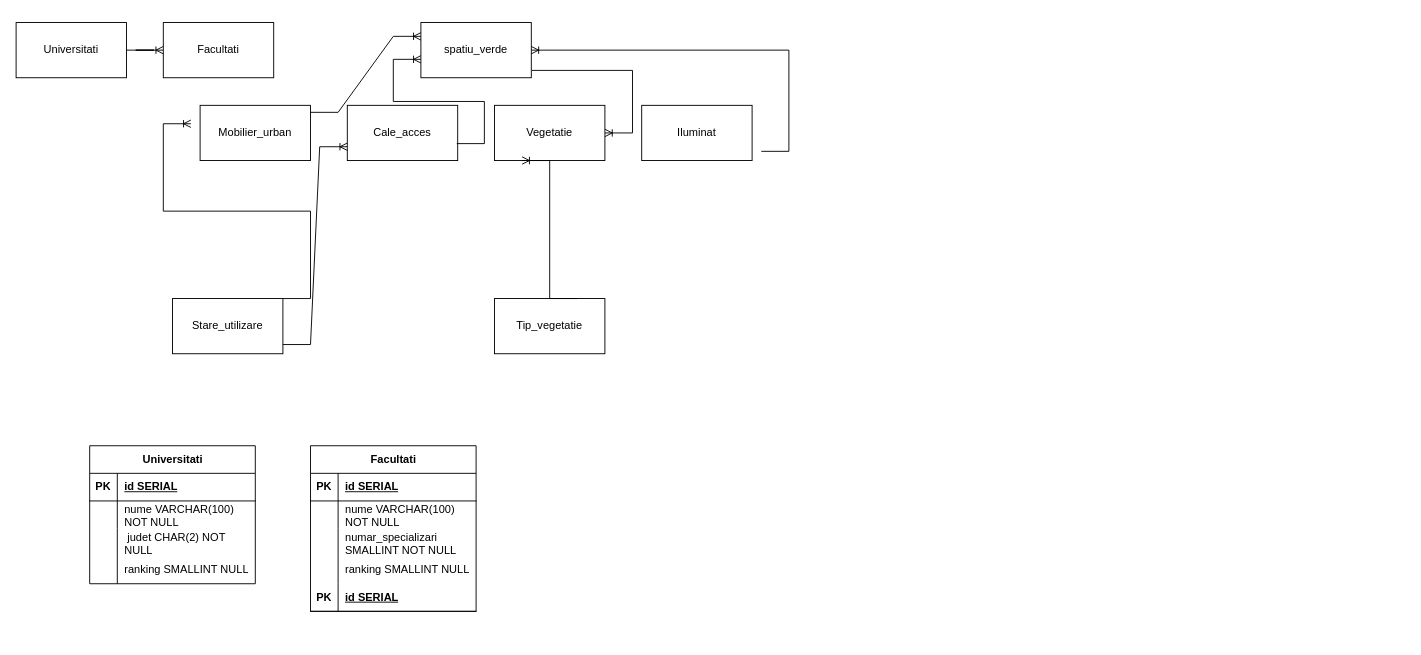
AlexGorauvt/examen-sem-1 keeps this draw.io diagram as Diagramă fără titlu.drawio. Above is the earlier version. Source tidied: cells renumbered, new cells numbered last; positions are measured from the earlier drawing's top-left corner, leaving out a move shared by most shapes. Both pictures are drawn from the tidied source at 92%, with x=0, y=0 at pixel (-305, 22).
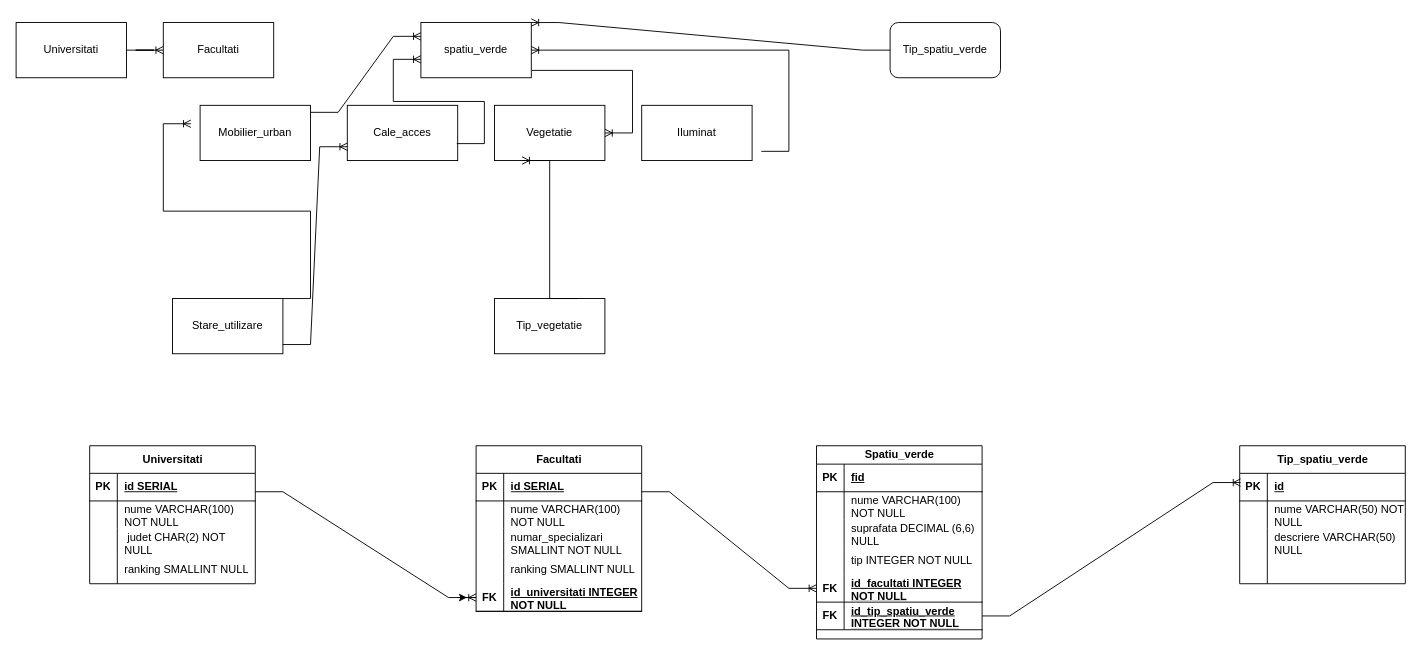
The same page after the edit.

Unchanged cells that the change refers to:
```xml
<mxCell id="2" value="spatiu_verde" style="rounded=0;whiteSpace=wrap;html=1;" parent="1" vertex="1">
  <mxGeometry x="789" width="120" height="60" as="geometry" />
</mxCell>
<mxCell id="45" style="shape=tableRow;horizontal=0;startSize=0;swimlaneHead=0;swimlaneBody=0;fillColor=none;points=[[0,0.5],[1,0.5]];portConstraint=eastwest;top=0;left=0;right=0;bottom=1;" parent="32" vertex="1">
  <mxGeometry y="150" width="180" height="30" as="geometry" />
</mxCell>
```

What changed in the source:
```diff
@@
     <mxCell id="32" value="Facultati" style="shape=table;startSize=30;childLayout=tableLayout;rowLines=0;fontStyle=1;align=center;html=1;" parent="1" vertex="1">
-      <mxGeometry x="669" y="460" width="180" height="180" as="geometry" />
+      <mxGeometry x="849" y="460" width="180" height="180" as="geometry" />
     </mxCell>
@@
-    <mxCell id="46" value="PK" style="shape=partialRectangle;fillColor=none;top=0;left=0;bottom=0;right=0;fontStyle=1;overflow=hidden;whiteSpace=wrap;html=1;" parent="45" vertex="1">
+    <mxCell id="46" value="FK" style="shape=partialRectangle;fillColor=none;top=0;left=0;bottom=0;right=0;fontStyle=1;overflow=hidden;whiteSpace=wrap;html=1;" parent="45" vertex="1">
       <mxGeometry width="30" height="30" as="geometry" />
     </mxCell>
-    <mxCell id="47" value="id SERIAL" style="shape=partialRectangle;fillColor=none;top=0;left=0;bottom=0;right=0;align=left;spacingLeft=6;fontStyle=5;overflow=hidden;whiteSpace=wrap;html=1;" parent="45" vertex="1">
+    <mxCell id="47" value="id_universitati INTEGER NOT NULL" style="shape=partialRectangle;fillColor=none;top=0;left=0;bottom=0;right=0;align=left;spacingLeft=6;fontStyle=5;overflow=hidden;whiteSpace=wrap;html=1;" parent="45" vertex="1">
       <mxGeometry x="30" width="150" height="30" as="geometry" />
     </mxCell>
+    <mxCell id="48" style="edgeStyle=entityRelationEdgeStyle;fontSize=12;html=1;endArrow=ERoneToMany;rounded=0;entryX=0;entryY=0.5;entryDx=0;entryDy=0;" parent="1" edge="1" target="45">
+      <mxGeometry relative="1" as="geometry">
+        <mxPoint x="609" y="510" as="sourcePoint" />
+      </mxGeometry>
+    </mxCell>
+    <mxCell id="49" style="edgeStyle=orthogonalEdgeStyle;rounded=0;jettySize=auto;html=1;" parent="1" edge="1" source="45">
+      <mxGeometry relative="1" as="geometry">
+        <mxPoint x="839" y="625" as="targetPoint" />
+      </mxGeometry>
+    </mxCell>
+    <mxCell id="50" value="Spatiu_verde" style="shape=table;startSize=20;childLayout=tableLayout;rowLines=0;fontStyle=1;align=center;html=1;" parent="1" vertex="1">
+      <mxGeometry x="1219" y="460" width="180" height="210" as="geometry" />
+    </mxCell>
+    <mxCell id="51" style="shape=tableRow;horizontal=0;startSize=0;swimlaneHead=0;swimlaneBody=0;fillColor=none;top=0;left=0;right=0;bottom=1;" parent="50" vertex="1">
+      <mxGeometry y="20" width="180" height="30" as="geometry" />
+    </mxCell>
+    <mxCell id="52" value="PK" style="shape=partialRectangle;fillColor=none;top=0;left=0;bottom=0;right=0;fontStyle=1;overflow=hidden;whiteSpace=wrap;html=1;" parent="51" vertex="1">
+      <mxGeometry width="30" height="30" as="geometry" />
+    </mxCell>
+    <mxCell id="53" value="fid" style="shape=partialRectangle;fillColor=none;top=0;left=0;bottom=0;right=0;align=left;spacingLeft=6;fontStyle=5;overflow=hidden;whiteSpace=wrap;html=1;" parent="51" vertex="1">
+      <mxGeometry x="30" width="150" height="30" as="geometry" />
+    </mxCell>
+    <mxCell id="54" style="shape=tableRow;horizontal=0;startSize=0;swimlaneHead=0;swimlaneBody=0;fillColor=none;top=0;left=0;right=0;bottom=0;" parent="50" vertex="1">
+      <mxGeometry y="50" width="180" height="30" as="geometry" />
+    </mxCell>
+    <mxCell id="55" style="shape=partialRectangle;fillColor=none;top=0;left=0;bottom=0;right=0;overflow=hidden;whiteSpace=wrap;html=1;" parent="54" vertex="1">
+      <mxGeometry width="30" height="30" as="geometry" />
+    </mxCell>
+    <mxCell id="56" value="nume VARCHAR(100) NOT NULL" style="shape=partialRectangle;fillColor=none;top=0;left=0;bottom=0;right=0;align=left;spacingLeft=6;overflow=hidden;whiteSpace=wrap;html=1;" parent="54" vertex="1">
+      <mxGeometry x="30" width="150" height="30" as="geometry" />
+    </mxCell>
+    <mxCell id="57" style="shape=tableRow;horizontal=0;startSize=0;swimlaneHead=0;swimlaneBody=0;fillColor=none;top=0;left=0;right=0;bottom=0;" parent="50" vertex="1">
+      <mxGeometry y="80" width="180" height="30" as="geometry" />
+    </mxCell>
+    <mxCell id="58" style="shape=partialRectangle;fillColor=none;top=0;left=0;bottom=0;right=0;overflow=hidden;whiteSpace=wrap;html=1;" parent="57" vertex="1">
+      <mxGeometry width="30" height="30" as="geometry" />
+    </mxCell>
+    <mxCell id="59" value="suprafata DECIMAL (6,6) NULL" style="shape=partialRectangle;fillColor=none;top=0;left=0;bottom=0;right=0;align=left;spacingLeft=6;overflow=hidden;whiteSpace=wrap;html=1;" parent="57" vertex="1">
+      <mxGeometry x="30" width="150" height="30" as="geometry" />
+    </mxCell>
+    <mxCell id="60" style="shape=tableRow;horizontal=0;startSize=0;swimlaneHead=0;swimlaneBody=0;fillColor=none;top=0;left=0;right=0;bottom=0;" parent="50" vertex="1">
+      <mxGeometry y="110" width="180" height="30" as="geometry" />
+    </mxCell>
+    <mxCell id="61" style="shape=partialRectangle;fillColor=none;top=0;left=0;bottom=0;right=0;overflow=hidden;whiteSpace=wrap;html=1;" parent="60" vertex="1">
+      <mxGeometry width="30" height="30" as="geometry" />
+    </mxCell>
+    <mxCell id="62" value="tip INTEGER NOT NULL" style="shape=partialRectangle;fillColor=none;top=0;left=0;bottom=0;right=0;align=left;spacingLeft=6;overflow=hidden;whiteSpace=wrap;html=1;" parent="60" vertex="1">
+      <mxGeometry x="30" width="150" height="30" as="geometry" />
+    </mxCell>
+    <mxCell id="63" style="shape=tableRow;horizontal=0;startSize=0;swimlaneHead=0;swimlaneBody=0;fillColor=none;points=[[0,0.5],[1,0.5]];portConstraint=eastwest;top=0;left=0;right=0;bottom=1;" parent="50" vertex="1">
+      <mxGeometry y="140" width="180" height="30" as="geometry" />
+    </mxCell>
+    <mxCell id="64" value="FK" style="shape=partialRectangle;fillColor=none;top=0;left=0;bottom=0;right=0;fontStyle=1;overflow=hidden;whiteSpace=wrap;html=1;" parent="63" vertex="1">
+      <mxGeometry width="30" height="30" as="geometry" />
+    </mxCell>
+    <mxCell id="65" value="id_facultati INTEGER NOT NULL" style="shape=partialRectangle;fillColor=none;top=0;left=0;bottom=0;right=0;align=left;spacingLeft=6;fontStyle=5;overflow=hidden;whiteSpace=wrap;html=1;" parent="63" vertex="1">
+      <mxGeometry x="30" width="150" height="30" as="geometry" />
+    </mxCell>
+    <mxCell id="66" style="shape=tableRow;horizontal=0;startSize=0;swimlaneHead=0;swimlaneBody=0;fillColor=none;points=[[0,0.5],[1,0.5]];portConstraint=eastwest;top=0;left=0;right=0;bottom=1;" parent="50" vertex="1">
+      <mxGeometry y="170" width="180" height="30" as="geometry" />
+    </mxCell>
+    <mxCell id="67" value="FK" style="shape=partialRectangle;fillColor=none;top=0;left=0;bottom=0;right=0;fontStyle=1;overflow=hidden;whiteSpace=wrap;html=1;" parent="66" vertex="1">
+      <mxGeometry width="30" height="30" as="geometry" />
+    </mxCell>
+    <mxCell id="68" value="id_tip_spatiu_verde INTEGER NOT NULL" style="shape=partialRectangle;fillColor=none;top=0;left=0;bottom=0;right=0;align=left;spacingLeft=6;fontStyle=5;overflow=hidden;whiteSpace=wrap;html=1;" parent="66" vertex="1">
+      <mxGeometry x="30" width="150" height="30" as="geometry" />
+    </mxCell>
+    <mxCell id="69" style="edgeStyle=entityRelationEdgeStyle;fontSize=12;html=1;endArrow=ERoneToMany;rounded=0;entryX=0;entryY=0.5;entryDx=0;entryDy=0;" parent="1" edge="1" target="63">
+      <mxGeometry relative="1" as="geometry">
+        <mxPoint x="1029" y="510" as="sourcePoint" />
+      </mxGeometry>
+    </mxCell>
+    <mxCell id="70" value="Tip_spatiu_verde" style="rounded=1;whiteSpace=wrap;html=1;" parent="1" vertex="1">
+      <mxGeometry x="1299" width="120" height="60" as="geometry" />
+    </mxCell>
+    <mxCell id="71" style="edgeStyle=entityRelationEdgeStyle;fontSize=12;html=1;endArrow=ERoneToMany;rounded=0;exitX=0;exitY=0.5;exitDx=0;exitDy=0;entryX=1;entryY=0;entryDx=0;entryDy=0;" parent="1" edge="1" source="70" target="2">
+      <mxGeometry relative="1" as="geometry" />
+    </mxCell>
+    <mxCell id="72" value="Tip_spatiu_verde" style="shape=table;startSize=30;childLayout=tableLayout;rowLines=0;fontStyle=1;align=center;html=1;" parent="1" vertex="1">
+      <mxGeometry x="1679" y="460" width="180" height="150" as="geometry" />
+    </mxCell>
+    <mxCell id="73" style="shape=tableRow;horizontal=0;startSize=0;swimlaneHead=0;swimlaneBody=0;fillColor=none;top=0;left=0;right=0;bottom=1;" parent="72" vertex="1">
+      <mxGeometry y="30" width="180" height="30" as="geometry" />
+    </mxCell>
+    <mxCell id="74" value="PK" style="shape=partialRectangle;fillColor=none;top=0;left=0;bottom=0;right=0;fontStyle=1;overflow=hidden;whiteSpace=wrap;html=1;" parent="73" vertex="1">
+      <mxGeometry width="30" height="30" as="geometry" />
+    </mxCell>
+    <mxCell id="75" value="id" style="shape=partialRectangle;fillColor=none;top=0;left=0;bottom=0;right=0;align=left;spacingLeft=6;fontStyle=5;overflow=hidden;whiteSpace=wrap;html=1;" parent="73" vertex="1">
+      <mxGeometry x="30" width="150" height="30" as="geometry" />
+    </mxCell>
+    <mxCell id="76" style="shape=tableRow;horizontal=0;startSize=0;swimlaneHead=0;swimlaneBody=0;fillColor=none;top=0;left=0;right=0;bottom=0;" parent="72" vertex="1">
+      <mxGeometry y="60" width="180" height="30" as="geometry" />
+    </mxCell>
+    <mxCell id="77" style="shape=partialRectangle;fillColor=none;top=0;left=0;bottom=0;right=0;overflow=hidden;whiteSpace=wrap;html=1;" parent="76" vertex="1">
+      <mxGeometry width="30" height="30" as="geometry" />
+    </mxCell>
+    <mxCell id="78" value="nume VARCHAR(50) NOT NULL" style="shape=partialRectangle;fillColor=none;top=0;left=0;bottom=0;right=0;align=left;spacingLeft=6;overflow=hidden;whiteSpace=wrap;html=1;" parent="76" vertex="1">
+      <mxGeometry x="30" width="150" height="30" as="geometry" />
+    </mxCell>
+    <mxCell id="79" style="shape=tableRow;horizontal=0;startSize=0;swimlaneHead=0;swimlaneBody=0;fillColor=none;top=0;left=0;right=0;bottom=0;" parent="72" vertex="1">
+      <mxGeometry y="90" width="180" height="30" as="geometry" />
+    </mxCell>
+    <mxCell id="80" style="shape=partialRectangle;fillColor=none;top=0;left=0;bottom=0;right=0;overflow=hidden;whiteSpace=wrap;html=1;" parent="79" vertex="1">
+      <mxGeometry width="30" height="30" as="geometry" />
+    </mxCell>
+    <mxCell id="81" value="descriere VARCHAR(50) NULL" style="shape=partialRectangle;fillColor=none;top=0;left=0;bottom=0;right=0;align=left;spacingLeft=6;overflow=hidden;whiteSpace=wrap;html=1;" parent="79" vertex="1">
+      <mxGeometry x="30" width="150" height="30" as="geometry" />
+    </mxCell>
+    <mxCell id="82" style="shape=tableRow;horizontal=0;startSize=0;swimlaneHead=0;swimlaneBody=0;fillColor=none;top=0;left=0;right=0;bottom=0;" parent="72" vertex="1">
+      <mxGeometry y="120" width="180" height="30" as="geometry" />
+    </mxCell>
+    <mxCell id="83" style="shape=partialRectangle;fillColor=none;top=0;left=0;bottom=0;right=0;overflow=hidden;whiteSpace=wrap;html=1;" parent="82" vertex="1">
+      <mxGeometry width="30" height="30" as="geometry" />
+    </mxCell>
+    <mxCell id="84" style="shape=partialRectangle;fillColor=none;top=0;left=0;bottom=0;right=0;align=left;spacingLeft=6;overflow=hidden;whiteSpace=wrap;html=1;" parent="82" vertex="1">
+      <mxGeometry x="30" width="150" height="30" as="geometry" />
+    </mxCell>
+    <mxCell id="85" style="edgeStyle=entityRelationEdgeStyle;fontSize=12;html=1;endArrow=ERoneToMany;rounded=0;exitX=1;exitY=0.5;exitDx=0;exitDy=0;" parent="1" edge="1" source="66">
+      <mxGeometry relative="1" as="geometry">
+        <mxPoint x="1680" y="500" as="targetPoint" />
+        <Array as="points">
+          <mxPoint x="1419" y="640" />
+          <mxPoint x="1419" y="650" />
+        </Array>
+      </mxGeometry>
+    </mxCell>
```
